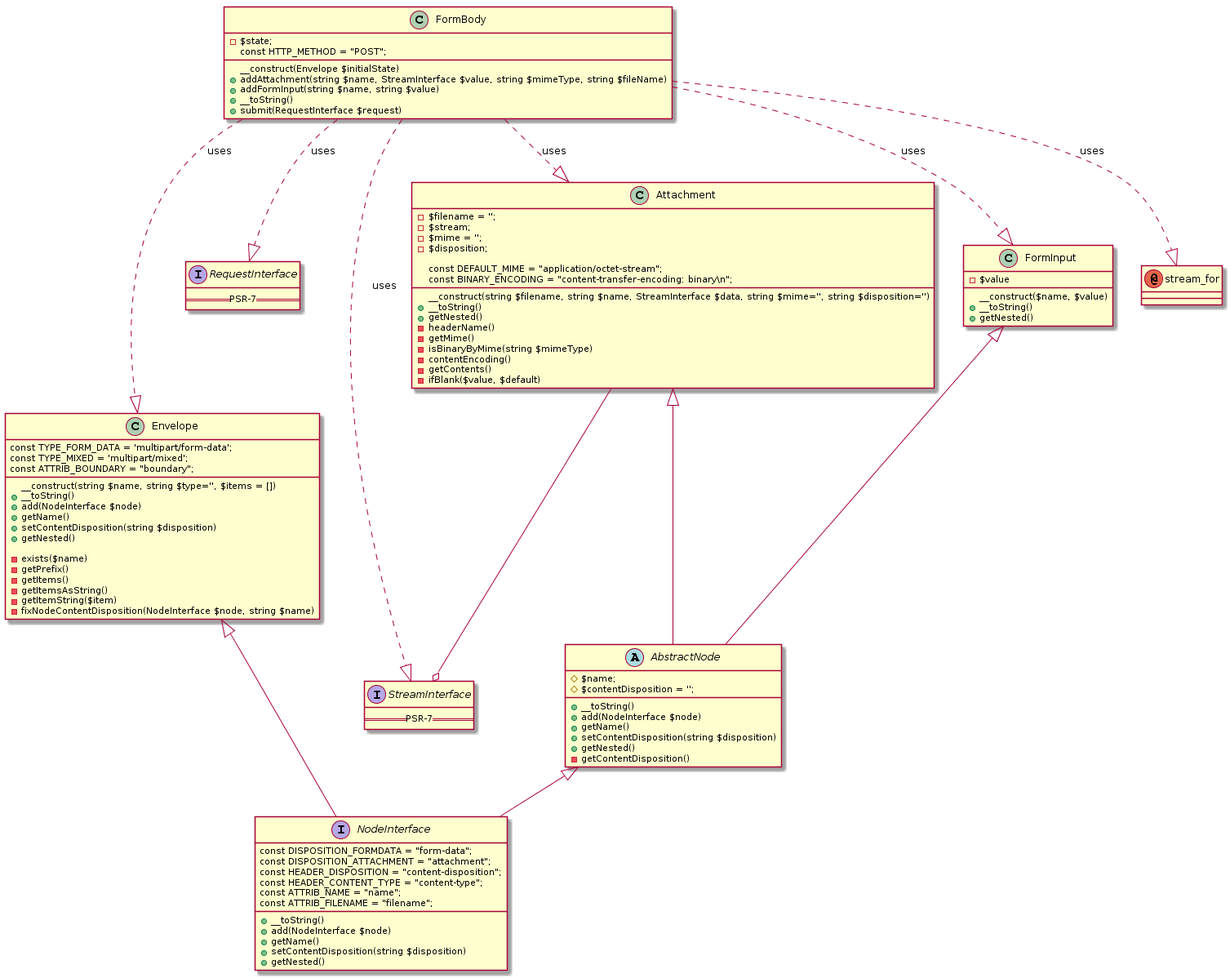
The PlantUML diagram diagram/class-relationship.png in Lewiscowles1986/rfc1867, before a commit.
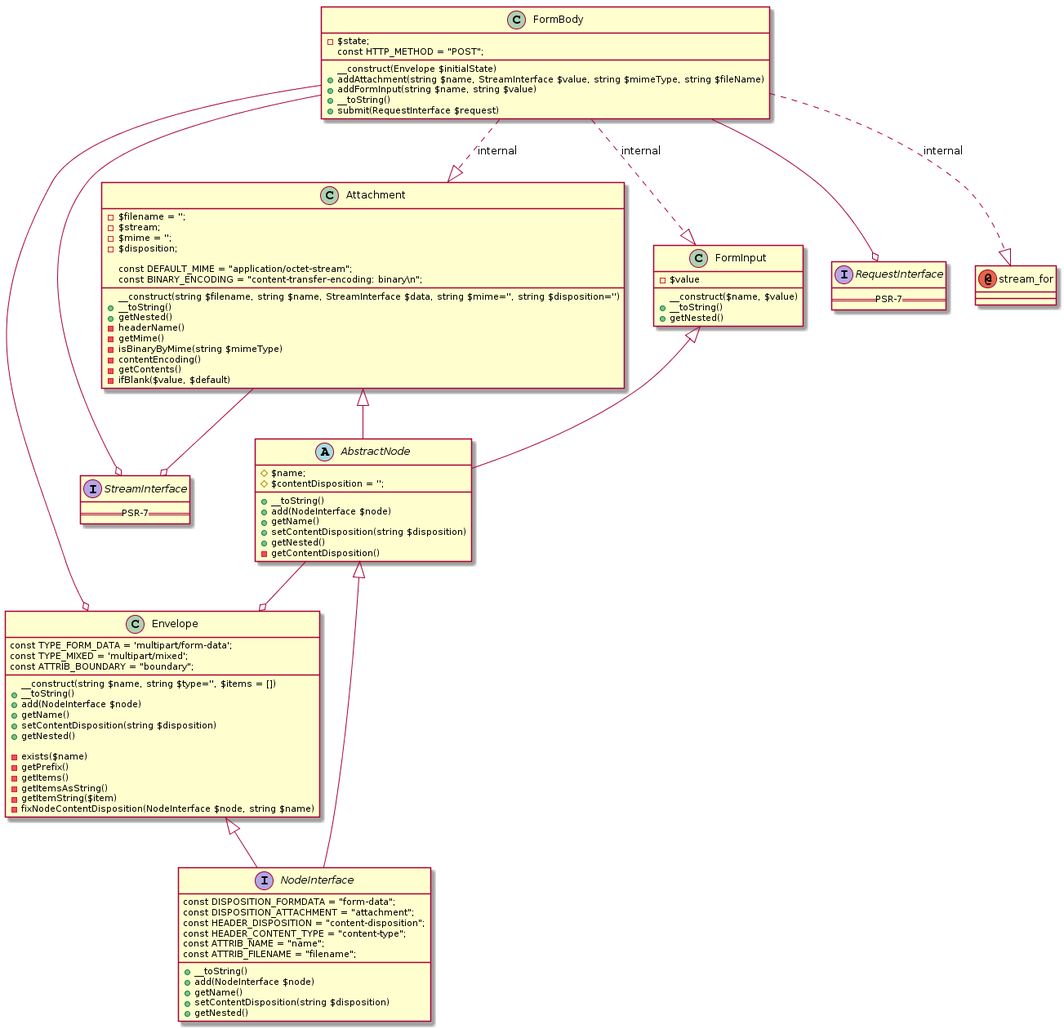
After the change.

Change to the diagram source:
```diff
@@ -34,6 +34,7 @@
 }
 
 AbstractNode <|-- NodeInterface
+AbstractNode --o Envelope
 
 class Envelope {
     const TYPE_FORM_DATA = 'multipart/form-data';
@@ -97,10 +98,10 @@
     +__toString()
     +submit(RequestInterface $request)
 }
-FormBody ..|> FormInput : uses
-FormBody ..|> Attachment : uses
-FormBody ..|> Envelope : uses
-FormBody ..|> StreamInterface : uses
-FormBody ..|> RequestInterface : uses
-FormBody ..|> stream_for : uses
+FormBody ..|> FormInput : internal
+FormBody ..|> Attachment : internal
+FormBody ..|> stream_for : internal
+FormBody --o Envelope
+FormBody --o StreamInterface
+FormBody --o RequestInterface
 @enduml
```
